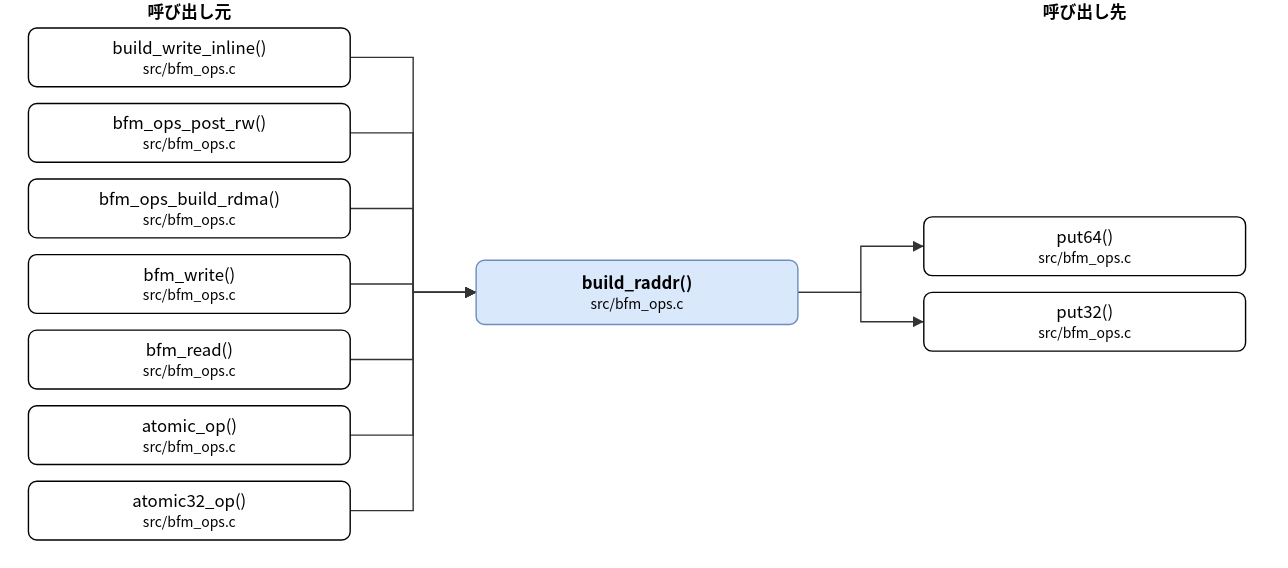
Before: doc/spec/images/call_src_bfm_ops-build_raddr.drawio.svg, a diagram exported from draw.io (hf355051012-ai/bfmem). Source tidied: cells renumbered, new cells last; positions are measured from the earlier drawing's top-left corner, leaving out a move shared by most shapes.
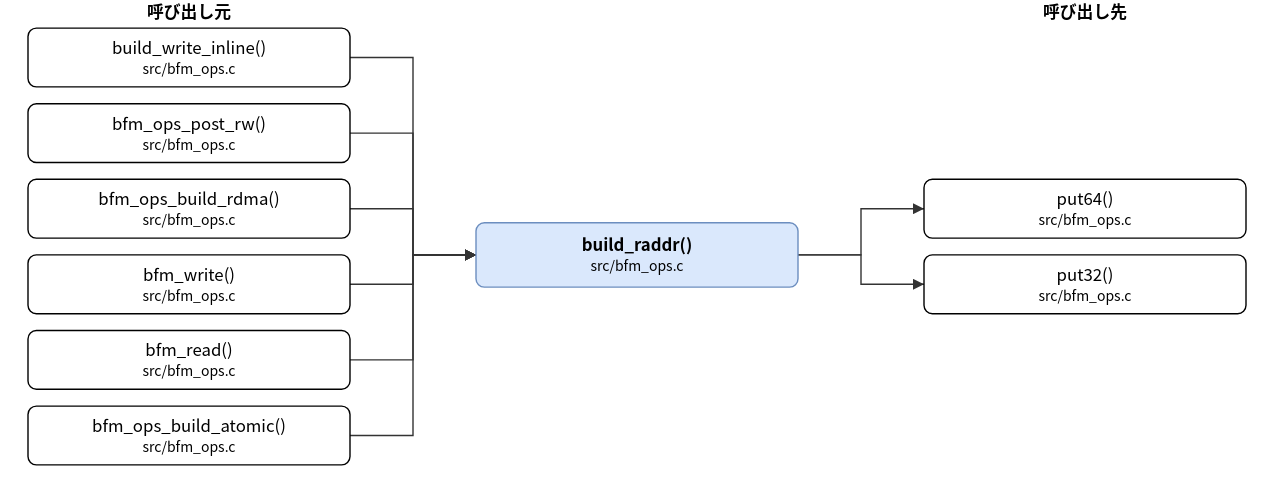
Later version of the same file.

Change to the diagram source:
```diff
@@ -3,7 +3,7 @@
     <mxCell id="0" />
     <mxCell id="1" parent="0" />
     <mxCell id="2" value="build_raddr()&lt;br&gt;&lt;font style=&quot;font-size:10px&quot;&gt;src/bfm_ops.c&lt;/font&gt;" style="rounded=1;whiteSpace=wrap;html=1;fillColor=#dae8fc;strokeColor=#6c8ebf;fontStyle=1;" parent="1" vertex="1">
-      <mxGeometry x="320" y="186" width="230" height="46" as="geometry" />
+      <mxGeometry x="320" y="159" width="230" height="46" as="geometry" />
     </mxCell>
     <mxCell id="3" value="build_write_inline()&lt;br&gt;&lt;font style=&quot;font-size:10px&quot;&gt;src/bfm_ops.c&lt;/font&gt;" style="rounded=1;whiteSpace=wrap;html=1;" parent="1" vertex="1">
       <mxGeometry y="20" width="230" height="42" as="geometry" />
@@ -20,23 +20,20 @@
     <mxCell id="7" value="bfm_read()&lt;br&gt;&lt;font style=&quot;font-size:10px&quot;&gt;src/bfm_ops.c&lt;/font&gt;" style="rounded=1;whiteSpace=wrap;html=1;" parent="1" vertex="1">
       <mxGeometry y="236" width="230" height="42" as="geometry" />
     </mxCell>
-    <mxCell id="8" value="atomic_op()&lt;br&gt;&lt;font style=&quot;font-size:10px&quot;&gt;src/bfm_ops.c&lt;/font&gt;" style="rounded=1;whiteSpace=wrap;html=1;" parent="1" vertex="1">
+    <mxCell id="8" value="bfm_ops_build_atomic()&lt;br&gt;&lt;font style=&quot;font-size:10px&quot;&gt;src/bfm_ops.c&lt;/font&gt;" style="rounded=1;whiteSpace=wrap;html=1;" parent="1" vertex="1">
       <mxGeometry y="290" width="230" height="42" as="geometry" />
     </mxCell>
-    <mxCell id="9" value="atomic32_op()&lt;br&gt;&lt;font style=&quot;font-size:10px&quot;&gt;src/bfm_ops.c&lt;/font&gt;" style="rounded=1;whiteSpace=wrap;html=1;" parent="1" vertex="1">
-      <mxGeometry y="344" width="230" height="42" as="geometry" />
-    </mxCell>
     <mxCell id="10" value="put64()&lt;br&gt;&lt;font style=&quot;font-size:10px&quot;&gt;src/bfm_ops.c&lt;/font&gt;" style="rounded=1;whiteSpace=wrap;html=1;" parent="1" vertex="1">
-      <mxGeometry x="640" y="155" width="230" height="42" as="geometry" />
+      <mxGeometry x="640" y="128" width="230" height="42" as="geometry" />
     </mxCell>
     <mxCell id="11" value="put32()&lt;br&gt;&lt;font style=&quot;font-size:10px&quot;&gt;src/bfm_ops.c&lt;/font&gt;" style="rounded=1;whiteSpace=wrap;html=1;" parent="1" vertex="1">
-      <mxGeometry x="640" y="209" width="230" height="42" as="geometry" />
+      <mxGeometry x="640" y="182" width="230" height="42" as="geometry" />
     </mxCell>
     <mxCell id="12" style="edgeStyle=none;html=1;rounded=0;endArrow=block;endFill=1;exitX=1.0000;exitY=0.5000;exitDx=0;exitDy=0;exitPerimeter=0;entryX=0.0000;entryY=0.5000;entryDx=0;entryDy=0;entryPerimeter=0;" parent="1" edge="1" source="3" target="2">
       <mxGeometry relative="1" as="geometry">
         <Array as="points">
           <mxPoint x="275" y="41" />
-          <mxPoint x="275" y="209" />
+          <mxPoint x="275" y="182" />
         </Array>
       </mxGeometry>
     </mxCell>
@@ -44,7 +41,7 @@
       <mxGeometry relative="1" as="geometry">
         <Array as="points">
           <mxPoint x="275" y="95" />
-          <mxPoint x="275" y="209" />
+          <mxPoint x="275" y="182" />
         </Array>
       </mxGeometry>
     </mxCell>
@@ -52,7 +49,7 @@
       <mxGeometry relative="1" as="geometry">
         <Array as="points">
           <mxPoint x="275" y="149" />
-          <mxPoint x="275" y="209" />
+          <mxPoint x="275" y="182" />
         </Array>
       </mxGeometry>
     </mxCell>
@@ -60,7 +57,7 @@
       <mxGeometry relative="1" as="geometry">
         <Array as="points">
           <mxPoint x="275" y="203" />
-          <mxPoint x="275" y="209" />
+          <mxPoint x="275" y="182" />
         </Array>
       </mxGeometry>
     </mxCell>
@@ -68,7 +65,7 @@
       <mxGeometry relative="1" as="geometry">
         <Array as="points">
           <mxPoint x="275" y="257" />
-          <mxPoint x="275" y="209" />
+          <mxPoint x="275" y="182" />
         </Array>
       </mxGeometry>
     </mxCell>
@@ -76,34 +73,26 @@
       <mxGeometry relative="1" as="geometry">
         <Array as="points">
           <mxPoint x="275" y="311" />
-          <mxPoint x="275" y="209" />
+          <mxPoint x="275" y="182" />
         </Array>
       </mxGeometry>
     </mxCell>
-    <mxCell id="18" style="edgeStyle=none;html=1;rounded=0;endArrow=block;endFill=1;exitX=1.0000;exitY=0.5000;exitDx=0;exitDy=0;exitPerimeter=0;entryX=0.0000;entryY=0.5000;entryDx=0;entryDy=0;entryPerimeter=0;" parent="1" edge="1" source="9" target="2">
+    <mxCell id="18" style="edgeStyle=none;html=1;rounded=0;endArrow=block;endFill=1;exitX=1.0000;exitY=0.5000;exitDx=0;exitDy=0;exitPerimeter=0;entryX=0.0000;entryY=0.5000;entryDx=0;entryDy=0;entryPerimeter=0;" parent="1" edge="1" source="2" target="10">
       <mxGeometry relative="1" as="geometry">
         <Array as="points">
-          <mxPoint x="275" y="365" />
-          <mxPoint x="275" y="209" />
+          <mxPoint x="595" y="182" />
+          <mxPoint x="595" y="149" />
         </Array>
       </mxGeometry>
     </mxCell>
-    <mxCell id="19" style="edgeStyle=none;html=1;rounded=0;endArrow=block;endFill=1;exitX=1.0000;exitY=0.5000;exitDx=0;exitDy=0;exitPerimeter=0;entryX=0.0000;entryY=0.5000;entryDx=0;entryDy=0;entryPerimeter=0;" parent="1" edge="1" source="2" target="10">
+    <mxCell id="19" style="edgeStyle=none;html=1;rounded=0;endArrow=block;endFill=1;exitX=1.0000;exitY=0.5000;exitDx=0;exitDy=0;exitPerimeter=0;entryX=0.0000;entryY=0.5000;entryDx=0;entryDy=0;entryPerimeter=0;" parent="1" edge="1" source="2" target="11">
       <mxGeometry relative="1" as="geometry">
         <Array as="points">
-          <mxPoint x="595" y="209" />
-          <mxPoint x="595" y="176" />
+          <mxPoint x="595" y="182" />
+          <mxPoint x="595" y="203" />
         </Array>
       </mxGeometry>
     </mxCell>
-    <mxCell id="20" style="edgeStyle=none;html=1;rounded=0;endArrow=block;endFill=1;exitX=1.0000;exitY=0.5000;exitDx=0;exitDy=0;exitPerimeter=0;entryX=0.0000;entryY=0.5000;entryDx=0;entryDy=0;entryPerimeter=0;" parent="1" edge="1" source="2" target="11">
-      <mxGeometry relative="1" as="geometry">
-        <Array as="points">
-          <mxPoint x="595" y="209" />
-          <mxPoint x="595" y="230" />
-        </Array>
-      </mxGeometry>
-    </mxCell>
     <mxCell id="21" value="呼び出し元" style="text;html=1;align=center;fontStyle=1;" parent="1" vertex="1">
       <mxGeometry x="35" width="160" height="18" as="geometry" />
     </mxCell>
```
